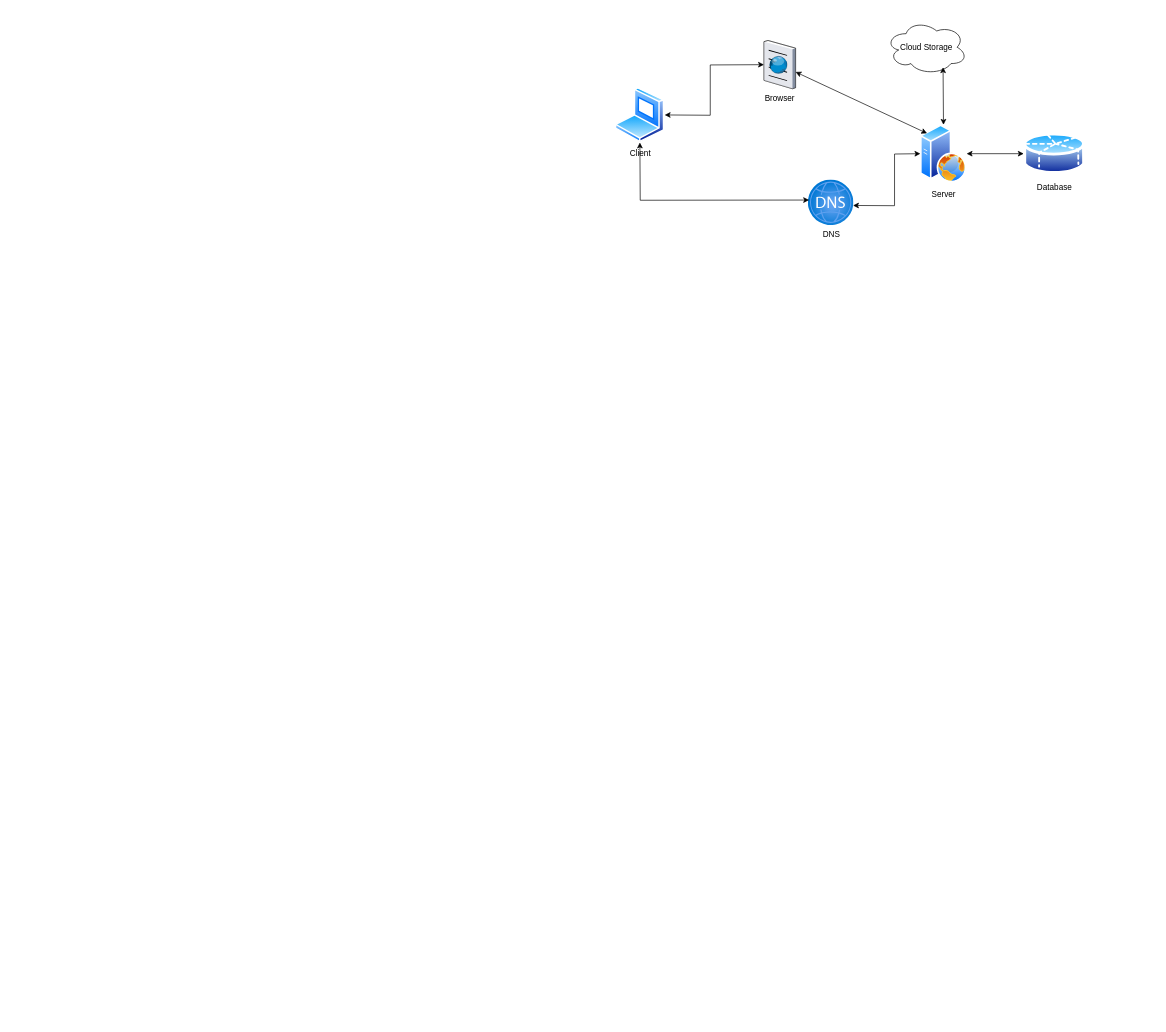
Earlier version of the draw.io diagram portfolio_project_web_architecture.drawio (absheriff/charts). Source tidied: cells renumbered, new cells numbered last; positions are measured from the earlier drawing's top-left corner, leaving out a move shared by most shapes. Both pictures are drawn from the tidied source at 68%, with x=0, y=0 at pixel (615, 20).
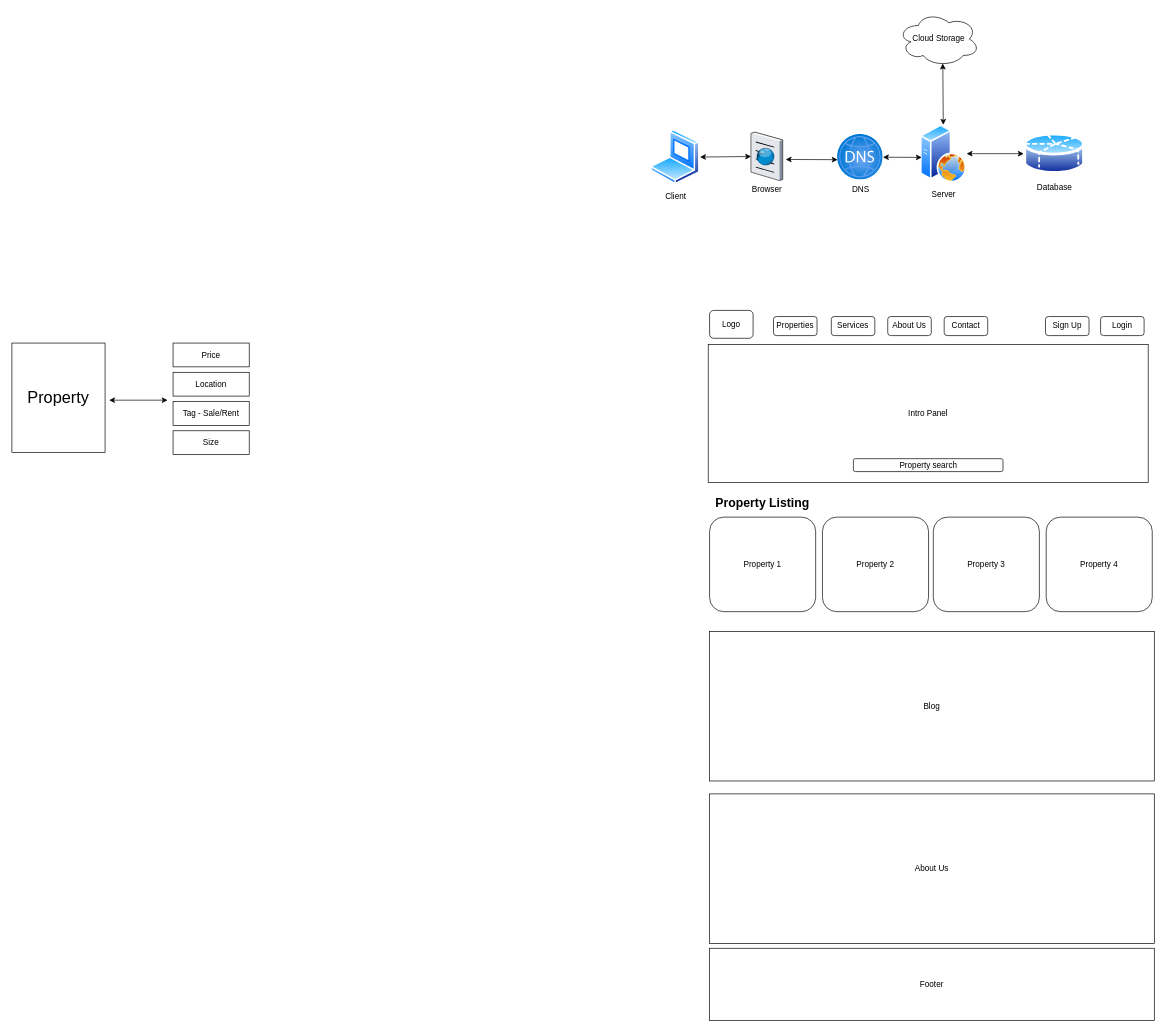
The same page after the edit.

The change refers to these unchanged cells:
```xml
<mxCell id="4" value="Server" style="image;perimeter=ellipsePerimeter;html=1;align=center;shadow=0;dashed=0;spacingTop=3;image=img/lib/active_directory/web_server.svg;" parent="1" vertex="1">
  <mxGeometry x="449" y="154" width="68" height="85" as="geometry" />
</mxCell>
```

Change to the diagram source:
```diff
@@
     <mxCell id="2" value="Cloud Storage" style="ellipse;shape=cloud;whiteSpace=wrap;html=1;" parent="1" vertex="1">
-      <mxGeometry x="398" width="120" height="80" as="geometry" />
+      <mxGeometry x="416" y="-12" width="120" height="80" as="geometry" />
     </mxCell>
     <mxCell id="3" value="Client" style="image;perimeter=ellipsePerimeter;html=1;align=center;shadow=0;dashed=0;spacingTop=3;image=img/lib/active_directory/laptop_client.svg;" parent="1" vertex="1">
-      <mxGeometry y="99" width="73" height="81.1" as="geometry" />
+      <mxGeometry x="52" y="160.9" width="73" height="81.1" as="geometry" />
     </mxCell>
@@
     <mxCell id="6" value="Browser" style="verticalLabelPosition=bottom;sketch=0;html=1;verticalAlign=top;strokeColor=none;align=center;outlineConnect=0;shape=mxgraph.citrix.browser;" parent="1" vertex="1">
-      <mxGeometry x="219" y="30" width="46.5" height="71" as="geometry" />
+      <mxGeometry x="200" y="164.9" width="46.5" height="71" as="geometry" />
     </mxCell>
     <mxCell id="7" value="DNS" style="image;html=1;points=[];align=center;fontSize=12;image=img/lib/azure2/networking/DNS_Zones.svg;" parent="1" vertex="1">
-      <mxGeometry x="284" y="235" width="67" height="67" as="geometry" />
+      <mxGeometry x="327" y="168" width="67" height="67" as="geometry" />
     </mxCell>
-    <mxCell id="8" style="endArrow=classic;startArrow=classic;html=1;rounded=0;exitX=0.985;exitY=0.562;exitDx=0;exitDy=0;exitPerimeter=0;entryX=0;entryY=0.5;entryDx=0;entryDy=0;" parent="1" edge="1" source="7" target="4">
-      <mxGeometry relative="1" as="geometry">
-        <Array as="points">
-          <mxPoint x="411" y="273" />
-          <mxPoint x="411" y="197" />
-        </Array>
-      </mxGeometry>
-    </mxCell>
-    <mxCell id="9" style="endArrow=classic;startArrow=classic;html=1;rounded=0;entryX=0.02;entryY=0.443;entryDx=0;entryDy=0;entryPerimeter=0;" parent="1" edge="1" source="3" target="7">
-      <mxGeometry relative="1" as="geometry">
-        <Array as="points">
-          <mxPoint x="37" y="265" />
-        </Array>
-      </mxGeometry>
-    </mxCell>
-    <mxCell id="10" style="endArrow=classic;startArrow=classic;html=1;rounded=0;" parent="1" edge="1" source="3" target="6">
-      <mxGeometry relative="1" as="geometry">
-        <Array as="points">
-          <mxPoint x="140" y="140" />
-          <mxPoint x="140" y="66" />
-        </Array>
-      </mxGeometry>
-    </mxCell>
-    <mxCell id="11" style="endArrow=classic;startArrow=classic;html=1;rounded=0;entryX=0;entryY=0;entryDx=0;entryDy=0;" parent="1" edge="1" source="6" target="4">
-      <mxGeometry relative="1" as="geometry" />
-    </mxCell>
-    <mxCell id="12" style="endArrow=classic;startArrow=classic;html=1;rounded=0;entryX=0.703;entryY=0.867;entryDx=0;entryDy=0;entryPerimeter=0;" parent="1" edge="1" source="4" target="2">
+    <mxCell id="12" style="endArrow=classic;startArrow=classic;html=1;rounded=0;entryX=0.55;entryY=0.95;entryDx=0;entryDy=0;entryPerimeter=0;" parent="1" edge="1" source="4" target="2">
       <mxGeometry relative="1" as="geometry" />
     </mxCell>
@@
+    <mxCell id="10" style="endArrow=classic;startArrow=classic;html=1;rounded=0;exitX=1;exitY=0.5;exitDx=0;exitDy=0;" parent="1" edge="1" source="3" target="6">
+      <mxGeometry relative="1" as="geometry" />
+    </mxCell>
+    <mxCell id="14" style="endArrow=classic;startArrow=classic;html=1;rounded=0;entryX=0.005;entryY=0.557;entryDx=0;entryDy=0;entryPerimeter=0;" parent="1" edge="1" target="7">
+      <mxGeometry relative="1" as="geometry">
+        <mxPoint x="251" y="205" as="sourcePoint" />
+      </mxGeometry>
+    </mxCell>
+    <mxCell id="15" style="endArrow=classic;startArrow=classic;html=1;rounded=0;" parent="1" edge="1" source="7">
+      <mxGeometry relative="1" as="geometry">
+        <mxPoint x="451" y="202" as="targetPoint" />
+      </mxGeometry>
+    </mxCell>
+    <mxCell id="16" value="Logo" style="rounded=1;whiteSpace=wrap;html=1;" parent="1" vertex="1">
+      <mxGeometry x="139" y="427" width="64" height="41" as="geometry" />
+    </mxCell>
+    <mxCell id="17" value="Properties" style="rounded=1;whiteSpace=wrap;html=1;" parent="1" vertex="1">
+      <mxGeometry x="233" y="436" width="64" height="28" as="geometry" />
+    </mxCell>
+    <mxCell id="18" value="Services" style="rounded=1;whiteSpace=wrap;html=1;" parent="1" vertex="1">
+      <mxGeometry x="318" y="436" width="64" height="28" as="geometry" />
+    </mxCell>
+    <mxCell id="19" value="About Us" style="rounded=1;whiteSpace=wrap;html=1;" parent="1" vertex="1">
+      <mxGeometry x="401" y="436" width="64" height="28" as="geometry" />
+    </mxCell>
+    <mxCell id="20" value="Contact" style="rounded=1;whiteSpace=wrap;html=1;" parent="1" vertex="1">
+      <mxGeometry x="484" y="436" width="64" height="28" as="geometry" />
+    </mxCell>
+    <mxCell id="21" value="Sign Up" style="rounded=1;whiteSpace=wrap;html=1;" parent="1" vertex="1">
+      <mxGeometry x="633" y="436" width="64" height="28" as="geometry" />
+    </mxCell>
+    <mxCell id="22" value="Login" style="rounded=1;whiteSpace=wrap;html=1;" parent="1" vertex="1">
+      <mxGeometry x="714" y="436" width="64" height="28" as="geometry" />
+    </mxCell>
+    <mxCell id="23" value="Intro Panel" style="rounded=0;whiteSpace=wrap;html=1;" parent="1" vertex="1">
+      <mxGeometry x="137" y="477" width="647" height="203" as="geometry" />
+    </mxCell>
+    <mxCell id="24" value="Property search" style="rounded=1;whiteSpace=wrap;html=1;" parent="1" vertex="1">
+      <mxGeometry x="350.5" y="645" width="220" height="19" as="geometry" />
+    </mxCell>
+    <mxCell id="25" value="Property 1" style="rounded=1;whiteSpace=wrap;html=1;" parent="1" vertex="1">
+      <mxGeometry x="139" y="731" width="156" height="139" as="geometry" />
+    </mxCell>
+    <mxCell id="26" value="Property 2" style="rounded=1;whiteSpace=wrap;html=1;" parent="1" vertex="1">
+      <mxGeometry x="305" y="731" width="156" height="139" as="geometry" />
+    </mxCell>
+    <mxCell id="27" value="Property 4" style="rounded=1;whiteSpace=wrap;html=1;" parent="1" vertex="1">
+      <mxGeometry x="634" y="731" width="156" height="139" as="geometry" />
+    </mxCell>
+    <mxCell id="28" value="Property 3" style="rounded=1;whiteSpace=wrap;html=1;" parent="1" vertex="1">
+      <mxGeometry x="468" y="731" width="156" height="139" as="geometry" />
+    </mxCell>
+    <mxCell id="29" value="&lt;b&gt;&lt;font style=&quot;font-size: 18px;&quot;&gt;Property Listing&lt;/font&gt;&lt;/b&gt;" style="text;strokeColor=none;align=left;fillColor=none;html=1;verticalAlign=middle;whiteSpace=wrap;rounded=0;" parent="1" vertex="1">
+      <mxGeometry x="146" y="695" width="227.2" height="30" as="geometry" />
+    </mxCell>
+    <mxCell id="30" value="Blog" style="rounded=0;whiteSpace=wrap;html=1;" parent="1" vertex="1">
+      <mxGeometry x="139" y="899" width="654" height="220" as="geometry" />
+    </mxCell>
+    <mxCell id="31" value="About Us" style="rounded=0;whiteSpace=wrap;html=1;" parent="1" vertex="1">
+      <mxGeometry x="139" y="1138" width="654" height="220" as="geometry" />
+    </mxCell>
+    <mxCell id="32" value="Footer" style="rounded=0;whiteSpace=wrap;html=1;" parent="1" vertex="1">
+      <mxGeometry x="139" y="1365" width="654" height="106" as="geometry" />
+    </mxCell>
+    <mxCell id="33" value="&lt;font style=&quot;font-size: 24px;&quot;&gt;Property&lt;/font&gt;" style="rounded=0;whiteSpace=wrap;html=1;" parent="1" vertex="1">
+      <mxGeometry x="-887" y="475" width="137" height="161" as="geometry" />
+    </mxCell>
+    <mxCell id="34" value="Price" style="rounded=0;whiteSpace=wrap;html=1;" parent="1" vertex="1">
+      <mxGeometry x="-650" y="475" width="112" height="35" as="geometry" />
+    </mxCell>
+    <mxCell id="35" value="Location" style="rounded=0;whiteSpace=wrap;html=1;" parent="1" vertex="1">
+      <mxGeometry x="-650" y="518" width="112" height="35" as="geometry" />
+    </mxCell>
+    <mxCell id="36" value="Tag - Sale/Rent" style="rounded=0;whiteSpace=wrap;html=1;" parent="1" vertex="1">
+      <mxGeometry x="-650" y="561" width="112" height="35" as="geometry" />
+    </mxCell>
+    <mxCell id="37" value="Size" style="rounded=0;whiteSpace=wrap;html=1;" parent="1" vertex="1">
+      <mxGeometry x="-650" y="604" width="112" height="35" as="geometry" />
+    </mxCell>
+    <mxCell id="38" style="endArrow=classic;startArrow=classic;html=1;rounded=0;" parent="1" edge="1">
+      <mxGeometry relative="1" as="geometry">
+        <mxPoint x="-744" y="559" as="sourcePoint" />
+        <mxPoint x="-658" y="559" as="targetPoint" />
+      </mxGeometry>
+    </mxCell>
```
